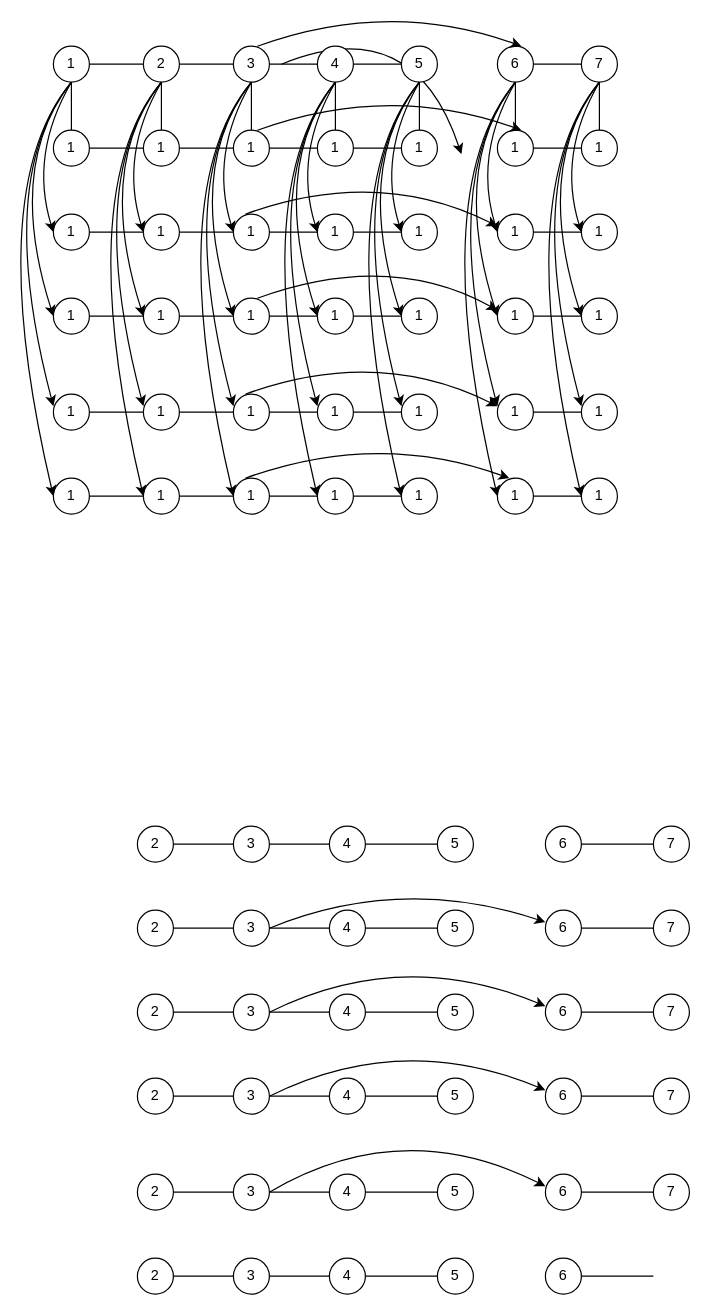
This is Untitled Diagram.drawio from baidi-mannan/basic-tkinter-network, a draw.io file, before an edit. Source tidied: cells renumbered, new cells numbered last; positions are measured from the earlier drawing's top-left corner, leaving out a move shared by most shapes. Both pictures are drawn from the tidied source at 120%, with x=0, y=0 at pixel (-19, -2).
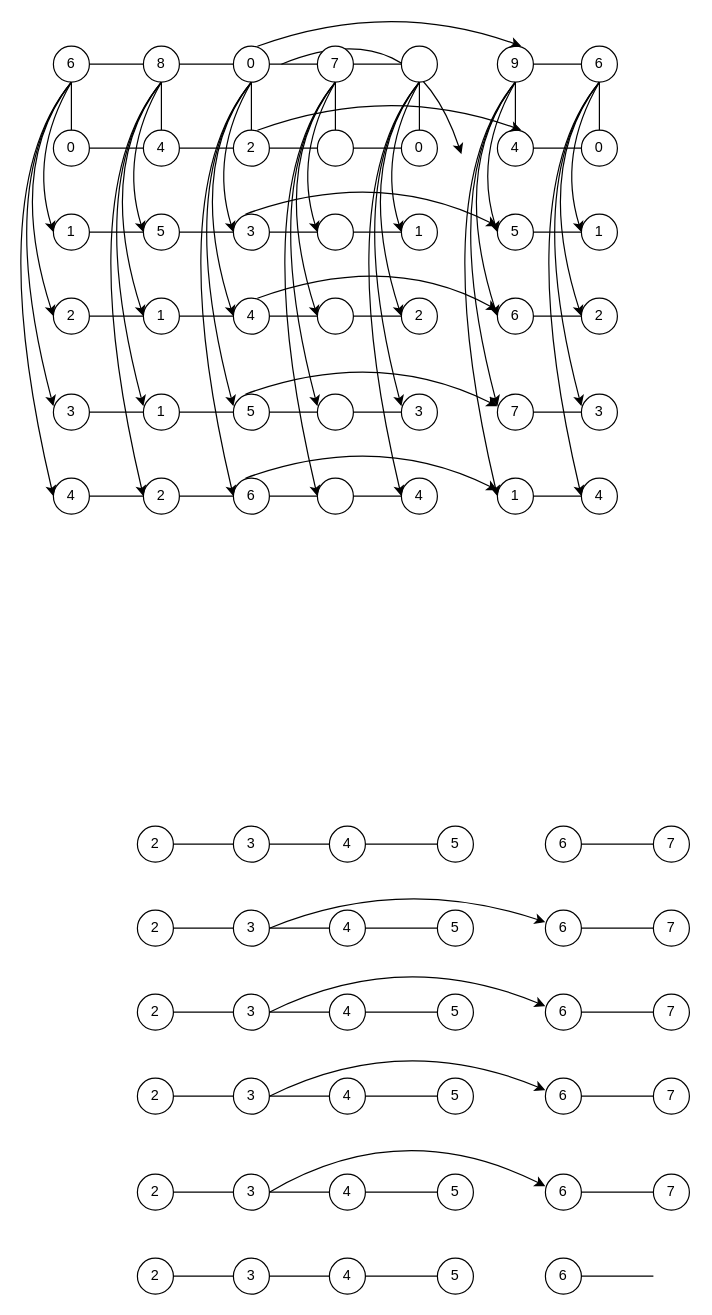
After the change.

The edit, as a diff of the source:
```diff
@@
-    <mxCell id="2" value="1" style="ellipse;whiteSpace=wrap;html=1;" parent="1" vertex="1">
+    <mxCell id="2" value="6" style="ellipse;whiteSpace=wrap;html=1;" parent="1" vertex="1">
       <mxGeometry x="60" y="40" width="30" height="30" as="geometry" />
     </mxCell>
@@
-    <mxCell id="5" value="1" style="ellipse;whiteSpace=wrap;html=1;" parent="1" vertex="1">
+    <mxCell id="5" value="0" style="ellipse;whiteSpace=wrap;html=1;" parent="1" vertex="1">
       <mxGeometry x="60" y="110" width="30" height="30" as="geometry" />
     </mxCell>
@@
-    <mxCell id="9" value="1" style="ellipse;whiteSpace=wrap;html=1;" parent="1" vertex="1">
+    <mxCell id="9" value="2" style="ellipse;whiteSpace=wrap;html=1;" parent="1" vertex="1">
       <mxGeometry x="60" y="250" width="30" height="30" as="geometry" />
     </mxCell>
@@
-    <mxCell id="11" value="1" style="ellipse;whiteSpace=wrap;html=1;" parent="1" vertex="1">
+    <mxCell id="11" value="3" style="ellipse;whiteSpace=wrap;html=1;" parent="1" vertex="1">
       <mxGeometry x="60" y="330" width="30" height="30" as="geometry" />
     </mxCell>
@@
-    <mxCell id="17" value="1" style="ellipse;whiteSpace=wrap;html=1;" parent="1" vertex="1">
+    <mxCell id="17" value="4" style="ellipse;whiteSpace=wrap;html=1;" parent="1" vertex="1">
       <mxGeometry x="60" y="400" width="30" height="30" as="geometry" />
     </mxCell>
@@
-    <mxCell id="83" value="2" style="ellipse;whiteSpace=wrap;html=1;" parent="1" vertex="1">
+    <mxCell id="83" value="8" style="ellipse;whiteSpace=wrap;html=1;" parent="1" vertex="1">
       <mxGeometry x="135" y="40" width="30" height="30" as="geometry" />
     </mxCell>
@@
-    <mxCell id="85" value="1" style="ellipse;whiteSpace=wrap;html=1;" parent="1" vertex="1">
+    <mxCell id="85" value="4" style="ellipse;whiteSpace=wrap;html=1;" parent="1" vertex="1">
       <mxGeometry x="135" y="110" width="30" height="30" as="geometry" />
     </mxCell>
@@
-    <mxCell id="87" value="1" style="ellipse;whiteSpace=wrap;html=1;" parent="1" vertex="1">
+    <mxCell id="87" value="5" style="ellipse;whiteSpace=wrap;html=1;" parent="1" vertex="1">
       <mxGeometry x="135" y="180" width="30" height="30" as="geometry" />
     </mxCell>
@@
-    <mxCell id="97" value="1" style="ellipse;whiteSpace=wrap;html=1;" parent="1" vertex="1">
+    <mxCell id="97" value="2" style="ellipse;whiteSpace=wrap;html=1;" parent="1" vertex="1">
       <mxGeometry x="135" y="400" width="30" height="30" as="geometry" />
     </mxCell>
@@
-    <mxCell id="100" value="3" style="ellipse;whiteSpace=wrap;html=1;" parent="1" vertex="1">
+    <mxCell id="100" value="0" style="ellipse;whiteSpace=wrap;html=1;" parent="1" vertex="1">
       <mxGeometry x="210" y="40" width="30" height="30" as="geometry" />
     </mxCell>
@@
-    <mxCell id="102" value="1" style="ellipse;whiteSpace=wrap;html=1;" parent="1" vertex="1">
+    <mxCell id="102" value="2" style="ellipse;whiteSpace=wrap;html=1;" parent="1" vertex="1">
       <mxGeometry x="210" y="110" width="30" height="30" as="geometry" />
     </mxCell>
@@
-    <mxCell id="104" value="1" style="ellipse;whiteSpace=wrap;html=1;" parent="1" vertex="1">
+    <mxCell id="104" value="3" style="ellipse;whiteSpace=wrap;html=1;" parent="1" vertex="1">
       <mxGeometry x="210" y="180" width="30" height="30" as="geometry" />
     </mxCell>
@@
-    <mxCell id="106" value="1" style="ellipse;whiteSpace=wrap;html=1;" parent="1" vertex="1">
+    <mxCell id="106" value="4" style="ellipse;whiteSpace=wrap;html=1;" parent="1" vertex="1">
       <mxGeometry x="210" y="250" width="30" height="30" as="geometry" />
     </mxCell>
@@
-    <mxCell id="108" value="1" style="ellipse;whiteSpace=wrap;html=1;" parent="1" vertex="1">
+    <mxCell id="108" value="5" style="ellipse;whiteSpace=wrap;html=1;" parent="1" vertex="1">
       <mxGeometry x="210" y="330" width="30" height="30" as="geometry" />
     </mxCell>
@@
-    <mxCell id="114" value="1" style="ellipse;whiteSpace=wrap;html=1;" parent="1" vertex="1">
+    <mxCell id="114" value="6" style="ellipse;whiteSpace=wrap;html=1;" parent="1" vertex="1">
       <mxGeometry x="210" y="400" width="30" height="30" as="geometry" />
     </mxCell>
@@
-    <mxCell id="117" value="4" style="ellipse;whiteSpace=wrap;html=1;" parent="1" vertex="1">
+    <mxCell id="117" value="7" style="ellipse;whiteSpace=wrap;html=1;" parent="1" vertex="1">
       <mxGeometry x="280" y="40" width="30" height="30" as="geometry" />
     </mxCell>
@@
-    <mxCell id="119" value="1" style="ellipse;whiteSpace=wrap;html=1;" parent="1" vertex="1">
+    <mxCell id="119" style="ellipse;whiteSpace=wrap;html=1;" parent="1" vertex="1">
       <mxGeometry x="280" y="110" width="30" height="30" as="geometry" />
     </mxCell>
@@
-    <mxCell id="121" value="1" style="ellipse;whiteSpace=wrap;html=1;" parent="1" vertex="1">
+    <mxCell id="121" style="ellipse;whiteSpace=wrap;html=1;" parent="1" vertex="1">
       <mxGeometry x="280" y="180" width="30" height="30" as="geometry" />
     </mxCell>
@@
-    <mxCell id="123" value="1" style="ellipse;whiteSpace=wrap;html=1;" parent="1" vertex="1">
+    <mxCell id="123" style="ellipse;whiteSpace=wrap;html=1;" parent="1" vertex="1">
       <mxGeometry x="280" y="250" width="30" height="30" as="geometry" />
     </mxCell>
@@
-    <mxCell id="125" value="1" style="ellipse;whiteSpace=wrap;html=1;" parent="1" vertex="1">
+    <mxCell id="125" style="ellipse;whiteSpace=wrap;html=1;" parent="1" vertex="1">
       <mxGeometry x="280" y="330" width="30" height="30" as="geometry" />
     </mxCell>
@@
-    <mxCell id="131" value="1" style="ellipse;whiteSpace=wrap;html=1;" parent="1" vertex="1">
+    <mxCell id="131" style="ellipse;whiteSpace=wrap;html=1;" parent="1" vertex="1">
       <mxGeometry x="280" y="400" width="30" height="30" as="geometry" />
     </mxCell>
@@
-    <mxCell id="134" value="5" style="ellipse;whiteSpace=wrap;html=1;" parent="1" vertex="1">
+    <mxCell id="134" value="&lt;br&gt;&lt;br&gt;&lt;br&gt;" style="ellipse;whiteSpace=wrap;html=1;" parent="1" vertex="1">
       <mxGeometry x="350" y="40" width="30" height="30" as="geometry" />
     </mxCell>
-    <mxCell id="135" value="1" style="ellipse;whiteSpace=wrap;html=1;" parent="1" vertex="1">
+    <mxCell id="135" value="0" style="ellipse;whiteSpace=wrap;html=1;" parent="1" vertex="1">
       <mxGeometry x="350" y="110" width="30" height="30" as="geometry" />
     </mxCell>
@@
-    <mxCell id="137" value="1" style="ellipse;whiteSpace=wrap;html=1;" parent="1" vertex="1">
+    <mxCell id="137" value="2" style="ellipse;whiteSpace=wrap;html=1;" parent="1" vertex="1">
       <mxGeometry x="350" y="250" width="30" height="30" as="geometry" />
     </mxCell>
-    <mxCell id="138" value="1" style="ellipse;whiteSpace=wrap;html=1;" parent="1" vertex="1">
+    <mxCell id="138" value="3" style="ellipse;whiteSpace=wrap;html=1;" parent="1" vertex="1">
       <mxGeometry x="350" y="330" width="30" height="30" as="geometry" />
     </mxCell>
@@
-    <mxCell id="143" value="1" style="ellipse;whiteSpace=wrap;html=1;" parent="1" vertex="1">
+    <mxCell id="143" value="4" style="ellipse;whiteSpace=wrap;html=1;" parent="1" vertex="1">
       <mxGeometry x="350" y="400" width="30" height="30" as="geometry" />
     </mxCell>
@@
-    <mxCell id="145" value="6" style="ellipse;whiteSpace=wrap;html=1;" parent="1" vertex="1">
+    <mxCell id="145" value="9" style="ellipse;whiteSpace=wrap;html=1;" parent="1" vertex="1">
       <mxGeometry x="430" y="40" width="30" height="30" as="geometry" />
     </mxCell>
@@
-    <mxCell id="147" value="1" style="ellipse;whiteSpace=wrap;html=1;" parent="1" vertex="1">
+    <mxCell id="147" value="4" style="ellipse;whiteSpace=wrap;html=1;" parent="1" vertex="1">
       <mxGeometry x="430" y="110" width="30" height="30" as="geometry" />
     </mxCell>
@@
-    <mxCell id="149" value="1" style="ellipse;whiteSpace=wrap;html=1;" parent="1" vertex="1">
+    <mxCell id="149" value="5" style="ellipse;whiteSpace=wrap;html=1;" parent="1" vertex="1">
       <mxGeometry x="430" y="180" width="30" height="30" as="geometry" />
     </mxCell>
@@
-    <mxCell id="151" value="1" style="ellipse;whiteSpace=wrap;html=1;" parent="1" vertex="1">
+    <mxCell id="151" value="6" style="ellipse;whiteSpace=wrap;html=1;" parent="1" vertex="1">
       <mxGeometry x="430" y="250" width="30" height="30" as="geometry" />
     </mxCell>
@@
-    <mxCell id="153" value="1" style="ellipse;whiteSpace=wrap;html=1;" parent="1" vertex="1">
+    <mxCell id="153" value="7" style="ellipse;whiteSpace=wrap;html=1;" parent="1" vertex="1">
       <mxGeometry x="430" y="330" width="30" height="30" as="geometry" />
     </mxCell>
@@
-    <mxCell id="162" value="7" style="ellipse;whiteSpace=wrap;html=1;" parent="1" vertex="1">
+    <mxCell id="162" value="6" style="ellipse;whiteSpace=wrap;html=1;" parent="1" vertex="1">
       <mxGeometry x="500" y="40" width="30" height="30" as="geometry" />
     </mxCell>
-    <mxCell id="163" value="1" style="ellipse;whiteSpace=wrap;html=1;" parent="1" vertex="1">
+    <mxCell id="163" value="0" style="ellipse;whiteSpace=wrap;html=1;" parent="1" vertex="1">
       <mxGeometry x="500" y="110" width="30" height="30" as="geometry" />
     </mxCell>
@@
-    <mxCell id="165" value="1" style="ellipse;whiteSpace=wrap;html=1;" parent="1" vertex="1">
+    <mxCell id="165" value="2" style="ellipse;whiteSpace=wrap;html=1;" parent="1" vertex="1">
       <mxGeometry x="500" y="250" width="30" height="30" as="geometry" />
     </mxCell>
-    <mxCell id="166" value="1" style="ellipse;whiteSpace=wrap;html=1;" parent="1" vertex="1">
+    <mxCell id="166" value="3" style="ellipse;whiteSpace=wrap;html=1;" parent="1" vertex="1">
       <mxGeometry x="500" y="330" width="30" height="30" as="geometry" />
     </mxCell>
@@
-    <mxCell id="171" value="1" style="ellipse;whiteSpace=wrap;html=1;" parent="1" vertex="1">
+    <mxCell id="171" value="4" style="ellipse;whiteSpace=wrap;html=1;" parent="1" vertex="1">
       <mxGeometry x="500" y="400" width="30" height="30" as="geometry" />
     </mxCell>
@@
     <mxCell id="178" style="curved=1;endArrow=classic;html=1;rounded=0;exitX=1;exitY=0.5;exitDx=0;exitDy=0;" parent="1" edge="1">
       <mxGeometry x="-0.03" y="202" relative="1" as="geometry">
         <mxPoint x="220" y="400" as="sourcePoint" />
-        <mxPoint x="440" y="400" as="targetPoint" />
+        <mxPoint x="430" y="410" as="targetPoint" />
         <Array as="points">
           <mxPoint x="330" y="360" />
         </Array>
         <mxPoint x="-34" y="-8" as="offset" />
       </mxGeometry>
     </mxCell>
```
